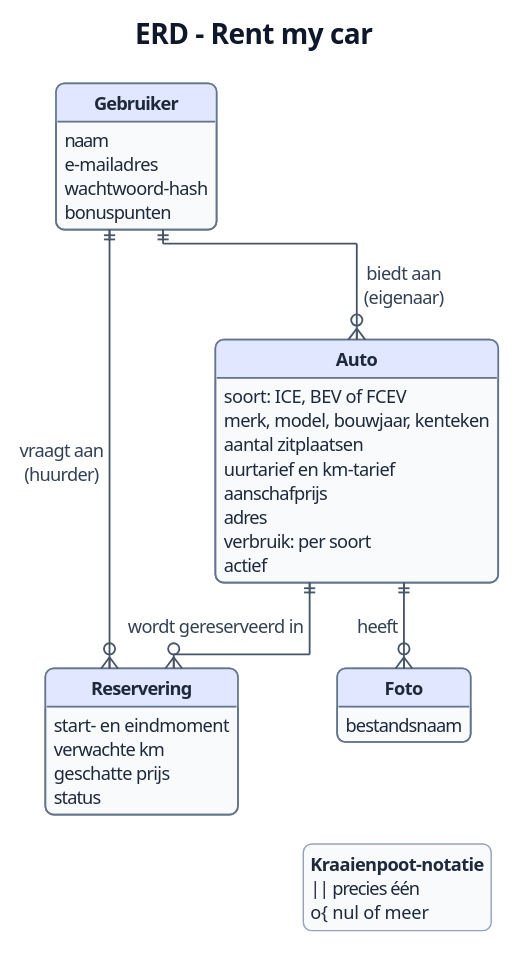
Earlier version of the PlantUML export docs/images/erd.svg (ThimoHarte/RentMyCar).
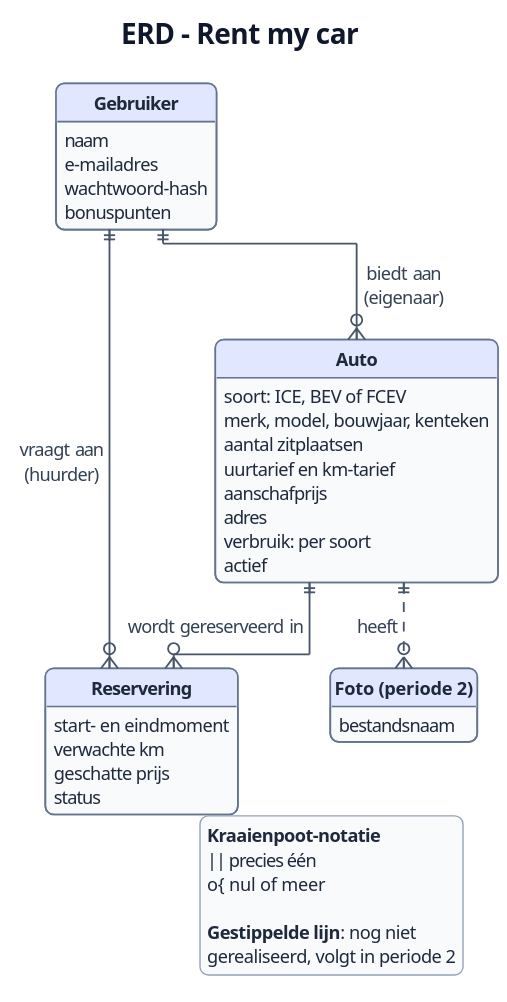
After the commit.

The edit, as a diff of the source:
```diff
@@ -26,7 +26,7 @@
   actief
 }
 
-entity "Foto" as Photo {
+entity "Foto (periode 2)" as Photo {
   bestandsnaam
 }
 
@@ -40,11 +40,14 @@
 User ||--o{ Car : "biedt aan\n(eigenaar)"
 User ||--o{ Reservation : "vraagt aan\n(huurder)"
 Car ||--o{ Reservation : "wordt gereserveerd in"
-Car ||--o{ Photo : "heeft"
+Car ||..o{ Photo : "heeft"
 
 legend right
   <b>Kraaienpoot-notatie</b>
   ||  precies één
   o{  nul of meer
+
+  <b>Gestippelde lijn</b>: nog niet
+  gerealiseerd, volgt in periode 2
 endlegend
 @enduml
```
